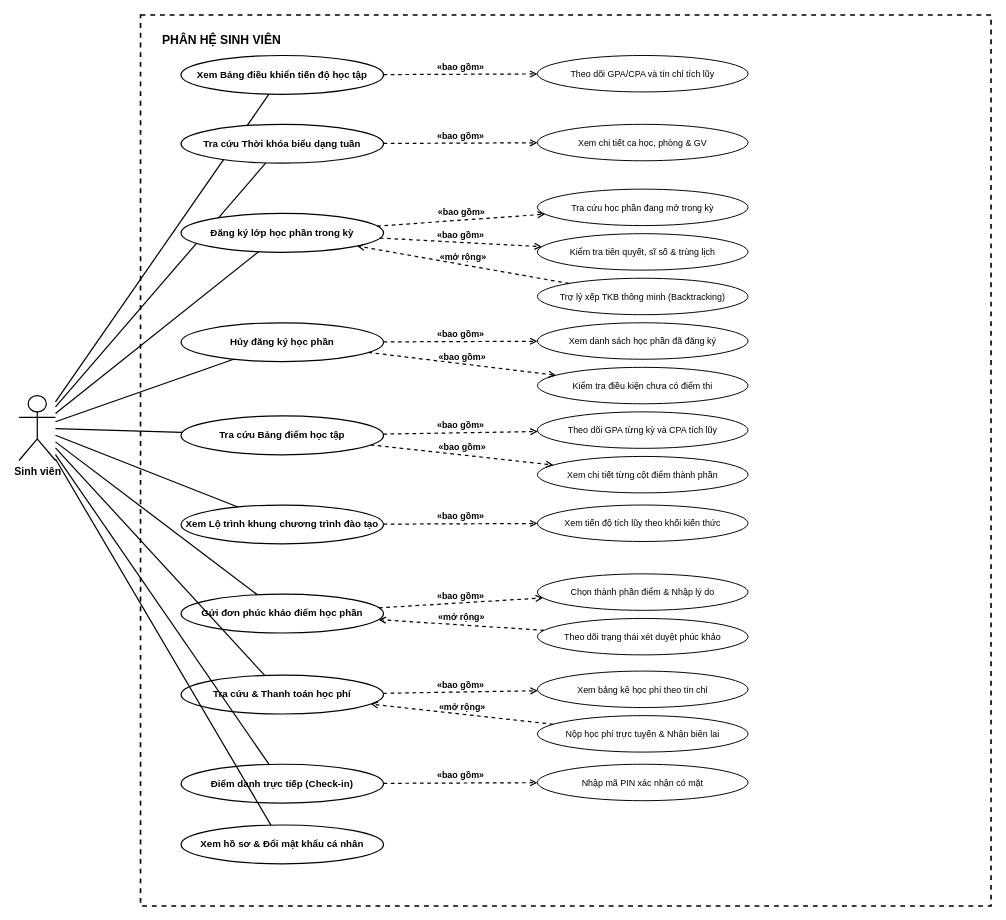
Earlier version of the draw.io diagram page "5. Phân hệ Sinh viên" (5 of 5) of drawio/UseCase_Diagrams.drawio (DevMarkie/DoAnChuyenNganh). Source tidied: cells renumbered, new cells numbered last; positions are measured from the earlier drawing's top-left corner, leaving out a move shared by most shapes. Both pictures are drawn from the tidied source at 81%, with x=0, y=0 at pixel (19, 15).
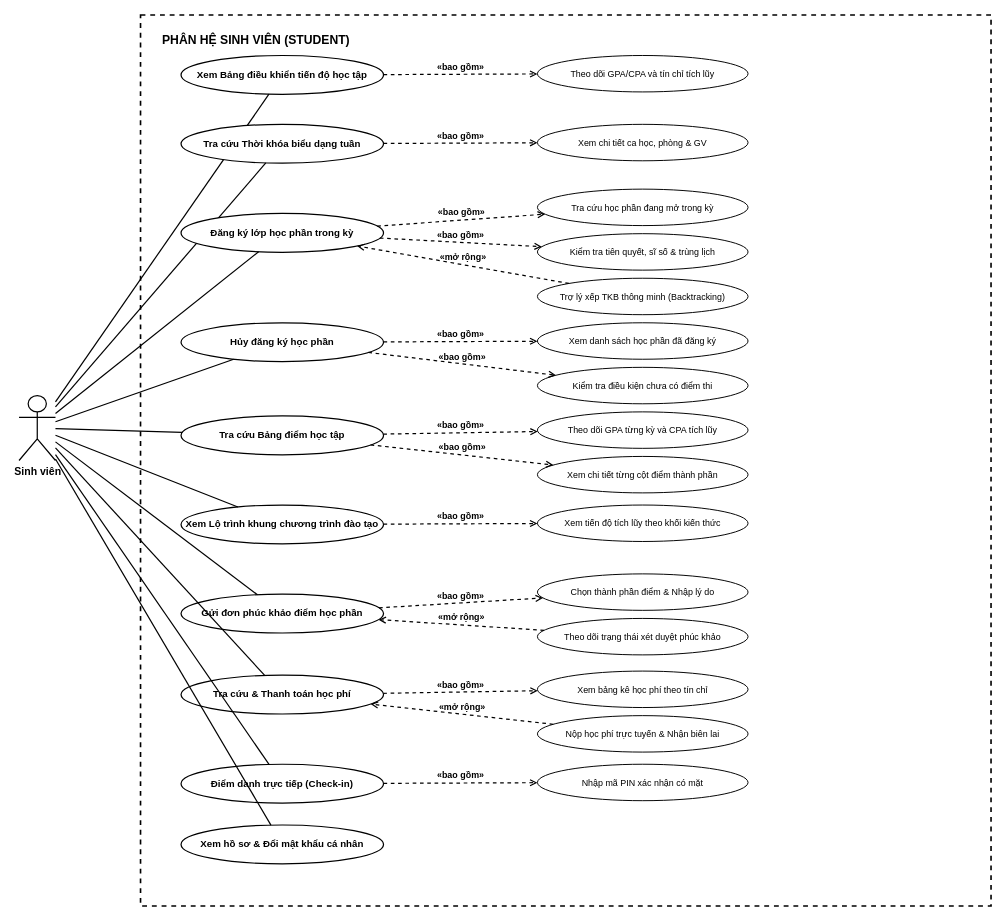
Above is the later version.

What changed in the source:
```diff
@@
-    <mxCell id="2" value="PHÂN HỆ SINH VIÊN" style="rounded=0;whiteSpace=wrap;html=1;fillColor=none;strokeColor=#000000;strokeWidth=2;dashed=1;verticalAlign=top;align=left;spacingLeft=25;spacingTop=15;fontStyle=1;fontSize=15;fontColor=#000000;" parent="1" vertex="1">
-      <mxGeometry x="150" width="1050" height="1100" as="geometry" />
-    </mxCell>
+    <mxCell id="54" value="PHÂN HỆ SINH VIÊN (STUDENT)" style="rounded=0;whiteSpace=wrap;html=1;fillColor=none;strokeColor=#000000;strokeWidth=2;dashed=1;verticalAlign=top;align=left;spacingLeft=25;spacingTop=15;fontStyle=1;fontSize=15;fontColor=#000000;" parent="1" vertex="1">
+      <mxGeometry x="150" width="1050" height="1100" as="geometry" />
+    </mxCell>
```
